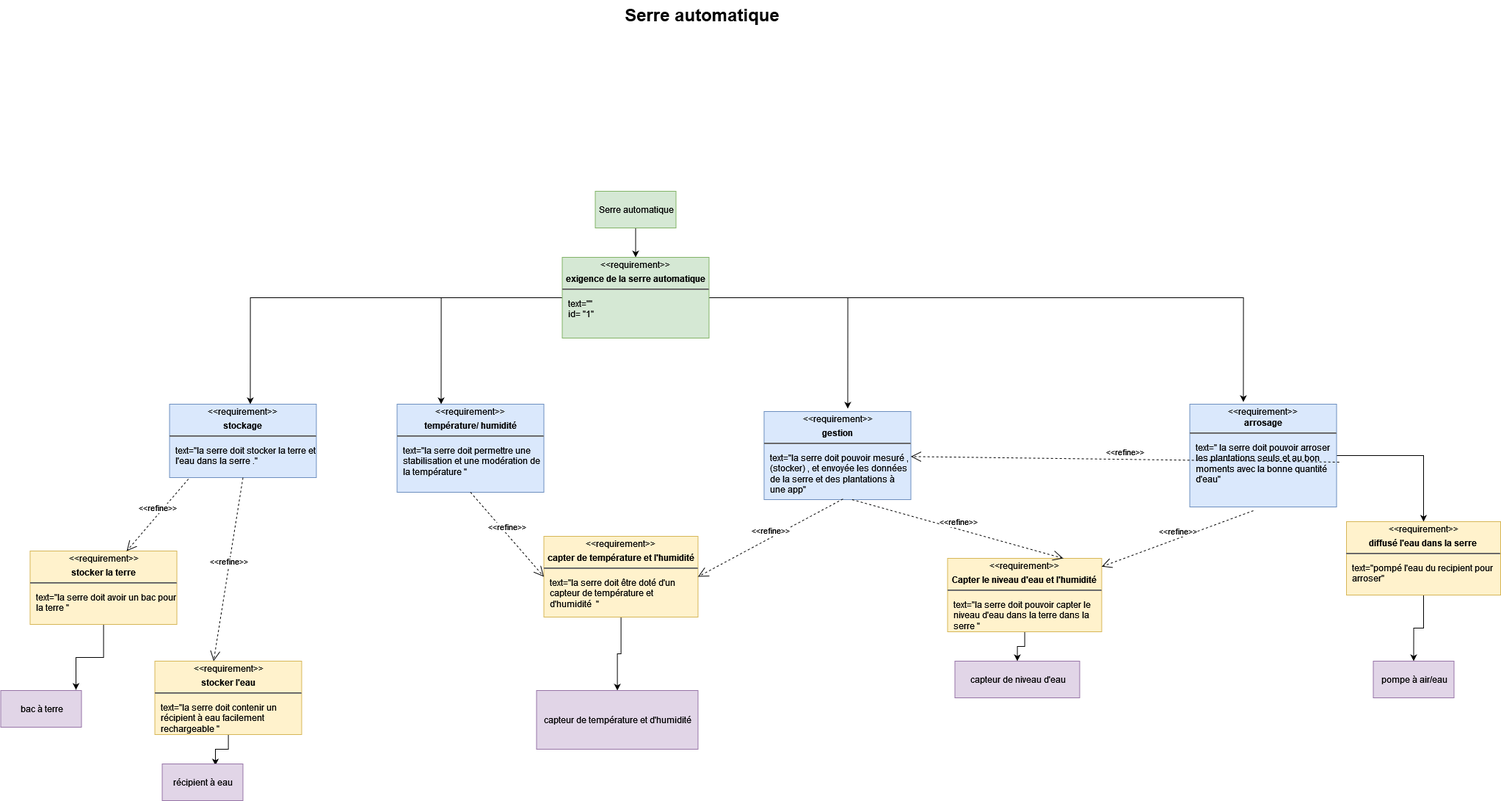
Above: Diagramme sans nom.drawio.png in IronBoy2006/Bio-tech (draw.io), before the change. Source tidied: cells renumbered, new cells last; positions are measured from the earlier drawing's top-left corner, leaving out a move shared by most shapes. Its diagram source:
```xml
<mxGraphModel>
  <root>
    <mxCell id="0" style="html=1;" />
    <mxCell id="1" style="html=1;" parent="0" />
    <mxCell id="2" value="Serre automatique" style="text;strokeColor=none;fillColor=none;html=1;fontSize=24;fontStyle=1;verticalAlign=middle;align=center;" parent="1" vertex="1">
      <mxGeometry x="200" width="1510" height="40" as="geometry" />
    </mxCell>
    <mxCell id="3" style="edgeStyle=orthogonalEdgeStyle;rounded=0;jettySize=auto;html=1;exitX=0.5;exitY=1;exitDx=0;exitDy=0;entryX=0.5;entryY=0;entryDx=0;entryDy=0;" parent="1" edge="1" source="4" target="9">
      <mxGeometry relative="1" as="geometry" />
    </mxCell>
    <mxCell id="4" value="&lt;div&gt;Serre automatique&lt;/div&gt;" style="html=1;fillColor=#d5e8d4;strokeColor=#82b366;" parent="1" vertex="1">
      <mxGeometry x="810" y="260" width="110" height="50" as="geometry" />
    </mxCell>
    <mxCell id="5" style="edgeStyle=orthogonalEdgeStyle;rounded=0;jettySize=auto;html=1;entryX=0.4;entryY=0;entryDx=0;entryDy=0;entryPerimeter=0;" parent="1" edge="1" source="9">
      <mxGeometry relative="1" as="geometry">
        <mxPoint x="340" y="550" as="targetPoint" />
      </mxGeometry>
    </mxCell>
    <mxCell id="6" style="edgeStyle=orthogonalEdgeStyle;rounded=0;jettySize=auto;html=1;entryX=0.3;entryY=0;entryDx=0;entryDy=0;entryPerimeter=0;" parent="1" edge="1" source="9" target="11">
      <mxGeometry relative="1" as="geometry" />
    </mxCell>
    <mxCell id="7" style="edgeStyle=orthogonalEdgeStyle;rounded=0;jettySize=auto;html=1;entryX=0.365;entryY=-0.021;entryDx=0;entryDy=0;entryPerimeter=0;" parent="1" edge="1" source="9" target="13">
      <mxGeometry relative="1" as="geometry" />
    </mxCell>
    <mxCell id="8" style="edgeStyle=orthogonalEdgeStyle;rounded=0;jettySize=auto;html=1;entryX=0.57;entryY=-0.033;entryDx=0;entryDy=0;entryPerimeter=0;" parent="1" edge="1" source="9" target="14">
      <mxGeometry relative="1" as="geometry" />
    </mxCell>
    <mxCell id="9" value="&lt;p style=&quot;margin:0px;margin-top:4px;text-align:center;&quot;&gt;&amp;lt;&amp;lt;requirement&amp;gt;&amp;gt;&lt;b&gt;&lt;br&gt;&lt;/b&gt;&lt;/p&gt;&lt;p style=&quot;margin:0px;margin-top:4px;text-align:center;&quot;&gt;&lt;b&gt;exigence de la serre automatique &lt;/b&gt;&lt;br&gt;&lt;b&gt;&lt;/b&gt;&lt;/p&gt;&lt;hr&gt;&lt;p&gt;&lt;/p&gt;&lt;p style=&quot;margin:0px;margin-left:8px;text-align:left;&quot;&gt;text=&quot;&quot;&lt;/p&gt;&lt;p style=&quot;margin:0px;margin-left:8px;text-align:left;&quot;&gt;id= &quot;1&quot;&lt;br&gt;&lt;/p&gt;" style="shape=rect;overflow=fill;html=1;whiteSpace=wrap;align=center;fillColor=#d5e8d4;strokeColor=#82b366;" parent="1" vertex="1">
      <mxGeometry x="765" y="350" width="200" height="110" as="geometry" />
    </mxCell>
    <mxCell id="10" value="&lt;p style=&quot;margin:0px;margin-top:4px;text-align:center;&quot;&gt;&amp;lt;&amp;lt;requirement&amp;gt;&amp;gt;&lt;b&gt;&lt;br&gt;&lt;/b&gt;&lt;/p&gt;&lt;p style=&quot;margin:0px;margin-top:4px;text-align:center;&quot;&gt;&lt;b&gt;stockage&lt;/b&gt;&lt;br&gt;&lt;/p&gt;&lt;hr&gt;&lt;p&gt;&lt;/p&gt;&lt;p style=&quot;margin:0px;margin-left:8px;text-align:left;&quot;&gt;text=&quot;la serre doit stocker la terre et l'eau dans la serre .&quot;&lt;/p&gt;" style="shape=rect;overflow=fill;html=1;whiteSpace=wrap;align=center;fillColor=#dae8fc;strokeColor=#6c8ebf;" parent="1" vertex="1">
      <mxGeometry x="230" y="550" width="200" height="100" as="geometry" />
    </mxCell>
    <mxCell id="11" value="&lt;p style=&quot;margin:0px;margin-top:4px;text-align:center;&quot;&gt;&amp;lt;&amp;lt;requirement&amp;gt;&amp;gt;&lt;b&gt;&lt;br&gt;&lt;/b&gt;&lt;/p&gt;&lt;p style=&quot;margin:0px;margin-top:4px;text-align:center;&quot;&gt;&lt;b&gt;température/ humidité&lt;/b&gt;&lt;br&gt;&lt;/p&gt;&lt;hr&gt;&lt;p&gt;&lt;/p&gt;&lt;p style=&quot;margin:0px;margin-left:8px;text-align:left;&quot;&gt;text=&quot;la serre doit permettre une stabilisation et une modération de la température &quot;&lt;/p&gt;" style="shape=rect;overflow=fill;html=1;whiteSpace=wrap;align=center;fillColor=#dae8fc;strokeColor=#6c8ebf;" parent="1" vertex="1">
      <mxGeometry x="540" y="550" width="200" height="120" as="geometry" />
    </mxCell>
    <mxCell id="12" style="edgeStyle=orthogonalEdgeStyle;rounded=0;jettySize=auto;html=1;" parent="1" edge="1" source="13" target="35">
      <mxGeometry relative="1" as="geometry" />
    </mxCell>
    <mxCell id="13" value="&lt;p style=&quot;margin:0px;margin-top:4px;text-align:center;&quot;&gt;&amp;lt;&amp;lt;requirement&amp;gt;&amp;gt;&lt;br&gt;&lt;b&gt;arrosage&lt;/b&gt;&lt;br&gt;&lt;/p&gt;&lt;hr&gt;&lt;p&gt;&lt;/p&gt;&lt;p style=&quot;margin:0px;margin-left:8px;text-align:left;&quot;&gt;text=&quot; la serre doit pouvoir arroser les plantations seuls et au bon moments avec la bonne quantité d'eau&quot;&lt;/p&gt;" style="shape=rect;overflow=fill;html=1;whiteSpace=wrap;align=center;fillColor=#dae8fc;strokeColor=#6c8ebf;" parent="1" vertex="1">
      <mxGeometry x="1620" y="550" width="200" height="140" as="geometry" />
    </mxCell>
    <mxCell id="14" value="&lt;p style=&quot;margin:0px;margin-top:4px;text-align:center;&quot;&gt;&amp;lt;&amp;lt;requirement&amp;gt;&amp;gt;&lt;/p&gt;&lt;p style=&quot;margin:0px;margin-top:4px;text-align:center;&quot;&gt;&lt;b&gt;gestion&lt;/b&gt;&lt;br&gt;&lt;/p&gt;&lt;hr&gt;&lt;p&gt;&lt;/p&gt;&lt;p style=&quot;margin:0px;margin-left:8px;text-align:left;&quot;&gt;text=&quot;la serre doit pouvoir mesuré , (stocker) , et envoyée les données de la serre et des plantations à une app&quot;&lt;/p&gt;" style="shape=rect;overflow=fill;html=1;whiteSpace=wrap;align=center;fillColor=#dae8fc;strokeColor=#6c8ebf;" parent="1" vertex="1">
      <mxGeometry x="1040" y="560" width="200" height="120" as="geometry" />
    </mxCell>
    <mxCell id="15" style="edgeStyle=orthogonalEdgeStyle;rounded=0;jettySize=auto;html=1;entryX=0.932;entryY=-0.02;entryDx=0;entryDy=0;entryPerimeter=0;" parent="1" edge="1" source="16" target="27">
      <mxGeometry relative="1" as="geometry" />
    </mxCell>
    <mxCell id="16" value="&lt;p style=&quot;margin:0px;margin-top:4px;text-align:center;&quot;&gt;&amp;lt;&amp;lt;requirement&amp;gt;&amp;gt;&lt;/p&gt;&lt;p style=&quot;margin:0px;margin-top:4px;text-align:center;&quot;&gt;&lt;b&gt;stocker la terre&lt;/b&gt;&lt;br&gt;&lt;/p&gt;&lt;hr&gt;&lt;p&gt;&lt;/p&gt;&lt;p style=&quot;margin:0px;margin-left:8px;text-align:left;&quot;&gt;text=&quot;la serre doit avoir un bac pour la terre &quot;&lt;/p&gt;" style="shape=rect;overflow=fill;html=1;whiteSpace=wrap;align=center;fillColor=#fff2cc;strokeColor=#d6b656;" parent="1" vertex="1">
      <mxGeometry x="40" y="750" width="200" height="100" as="geometry" />
    </mxCell>
    <mxCell id="17" style="edgeStyle=orthogonalEdgeStyle;rounded=0;jettySize=auto;html=1;entryX=0.659;entryY=0.04;entryDx=0;entryDy=0;entryPerimeter=0;" parent="1" edge="1" source="18" target="28">
      <mxGeometry relative="1" as="geometry" />
    </mxCell>
    <mxCell id="18" value="&lt;p style=&quot;margin:0px;margin-top:4px;text-align:center;&quot;&gt;&amp;lt;&amp;lt;requirement&amp;gt;&amp;gt;&lt;/p&gt;&lt;p style=&quot;margin:0px;margin-top:4px;text-align:center;&quot;&gt;&lt;b&gt;stocker l'eau&lt;/b&gt;&lt;br&gt;&lt;/p&gt;&lt;hr&gt;&lt;p&gt;&lt;/p&gt;&lt;p style=&quot;margin:0px;margin-left:8px;text-align:left;&quot;&gt;text=&quot;la serre doit contenir un récipient à eau facilement rechargeable &quot;&lt;/p&gt;" style="shape=rect;overflow=fill;html=1;whiteSpace=wrap;align=center;fillColor=#fff2cc;strokeColor=#d6b656;" parent="1" vertex="1">
      <mxGeometry x="210" y="900" width="200" height="100" as="geometry" />
    </mxCell>
    <mxCell id="19" value="&amp;lt;&amp;lt;refine&amp;gt;&amp;gt;" style="edgeStyle=none;html=1;endArrow=open;endSize=12;dashed=1;verticalAlign=bottom;rounded=0;exitX=0.5;exitY=1;exitDx=0;exitDy=0;entryX=0.4;entryY=0;entryDx=0;entryDy=0;entryPerimeter=0;" parent="1" edge="1" source="10" target="18">
      <mxGeometry relative="1" as="geometry" />
    </mxCell>
    <mxCell id="20" value="&amp;lt;&amp;lt;refine&amp;gt;&amp;gt;" style="edgeStyle=none;html=1;endArrow=open;endSize=12;dashed=1;verticalAlign=bottom;rounded=0;exitX=0.128;exitY=1.02;exitDx=0;exitDy=0;exitPerimeter=0;entryX=0.658;entryY=0;entryDx=0;entryDy=0;entryPerimeter=0;" parent="1" edge="1" source="10" target="16">
      <mxGeometry relative="1" as="geometry" />
    </mxCell>
    <mxCell id="21" style="edgeStyle=orthogonalEdgeStyle;rounded=0;jettySize=auto;html=1;" parent="1" edge="1" source="22" target="29">
      <mxGeometry relative="1" as="geometry" />
    </mxCell>
    <mxCell id="22" value="&lt;p style=&quot;margin:0px;margin-top:4px;text-align:center;&quot;&gt;&amp;lt;&amp;lt;requirement&amp;gt;&amp;gt;&lt;b&gt;&lt;br&gt;&lt;/b&gt;&lt;/p&gt;&lt;p style=&quot;margin:0px;margin-top:4px;text-align:center;&quot;&gt;&lt;b&gt;capter de température et l'humidité&lt;/b&gt;&lt;br&gt;&lt;/p&gt;&lt;hr&gt;&lt;p&gt;&lt;/p&gt;&lt;p style=&quot;margin:0px;margin-left:8px;text-align:left;&quot;&gt;text=&quot;la serre doit être doté d'un capteur de température et d'humidité&amp;nbsp; &quot;&lt;/p&gt;" style="shape=rect;overflow=fill;html=1;whiteSpace=wrap;align=center;fillColor=#fff2cc;strokeColor=#d6b656;" parent="1" vertex="1">
      <mxGeometry x="740" y="730" width="210" height="110" as="geometry" />
    </mxCell>
    <mxCell id="23" value="&amp;lt;&amp;lt;refine&amp;gt;&amp;gt;" style="edgeStyle=none;html=1;endArrow=open;endSize=12;dashed=1;verticalAlign=bottom;rounded=0;exitX=0.5;exitY=1;exitDx=0;exitDy=0;entryX=0;entryY=0.5;entryDx=0;entryDy=0;" parent="1" edge="1" source="11" target="22">
      <mxGeometry relative="1" as="geometry" />
    </mxCell>
    <mxCell id="24" value="&amp;lt;&amp;lt;refine&amp;gt;&amp;gt;" style="edgeStyle=none;html=1;endArrow=open;endSize=12;dashed=1;verticalAlign=bottom;rounded=0;exitX=0.537;exitY=0.993;exitDx=0;exitDy=0;entryX=1;entryY=0.5;entryDx=0;entryDy=0;exitPerimeter=0;" parent="1" edge="1" source="14" target="22">
      <mxGeometry relative="1" as="geometry" />
    </mxCell>
    <mxCell id="25" style="edgeStyle=orthogonalEdgeStyle;rounded=0;jettySize=auto;html=1;entryX=0.5;entryY=0;entryDx=0;entryDy=0;" parent="1" edge="1" source="26" target="30">
      <mxGeometry relative="1" as="geometry" />
    </mxCell>
    <mxCell id="26" value="&lt;p style=&quot;margin:0px;margin-top:4px;text-align:center;&quot;&gt;&amp;lt;&amp;lt;requirement&amp;gt;&amp;gt;&lt;b&gt;&lt;br&gt;&lt;/b&gt;&lt;/p&gt;&lt;p style=&quot;margin:0px;margin-top:4px;text-align:center;&quot;&gt;&lt;b&gt;Capter le niveau d'eau et l'humidité &lt;/b&gt;&lt;br&gt;&lt;b&gt;&lt;/b&gt;&lt;/p&gt;&lt;hr&gt;&lt;p&gt;&lt;/p&gt;&lt;p style=&quot;margin:0px;margin-left:8px;text-align:left;&quot;&gt;text=&quot;la serre doit pouvoir capter le niveau d'eau dans la terre dans la serre &quot;&lt;/p&gt;" style="shape=rect;overflow=fill;html=1;whiteSpace=wrap;align=center;fillColor=#fff2cc;strokeColor=#d6b656;" parent="1" vertex="1">
      <mxGeometry x="1290" y="760" width="210" height="100" as="geometry" />
    </mxCell>
    <mxCell id="27" value="bac à terre" style="html=1;fillColor=#e1d5e7;strokeColor=#9673a6;" parent="1" vertex="1">
      <mxGeometry y="940" width="110" height="50" as="geometry" />
    </mxCell>
    <mxCell id="28" value="récipient à eau" style="html=1;fillColor=#e1d5e7;strokeColor=#9673a6;" parent="1" vertex="1">
      <mxGeometry x="220" y="1040" width="110" height="50" as="geometry" />
    </mxCell>
    <mxCell id="29" value="capteur de température et d'humidité" style="html=1;fillColor=#e1d5e7;strokeColor=#9673a6;" parent="1" vertex="1">
      <mxGeometry x="730" y="940" width="220" height="80" as="geometry" />
    </mxCell>
    <mxCell id="30" value="capteur de niveau d'eau" style="html=1;fillColor=#e1d5e7;strokeColor=#9673a6;" parent="1" vertex="1">
      <mxGeometry x="1300" y="900" width="170" height="50" as="geometry" />
    </mxCell>
    <mxCell id="31" value="&amp;lt;&amp;lt;refine&amp;gt;&amp;gt;" style="edgeStyle=none;html=1;endArrow=open;endSize=12;dashed=1;verticalAlign=bottom;rounded=0;exitX=0.6;exitY=1;exitDx=0;exitDy=0;exitPerimeter=0;entryX=0.75;entryY=0;entryDx=0;entryDy=0;" parent="1" edge="1" source="14" target="26">
      <mxGeometry relative="1" as="geometry" />
    </mxCell>
    <mxCell id="32" value="&amp;lt;&amp;lt;refine&amp;gt;&amp;gt;" style="edgeStyle=none;html=1;endArrow=open;endSize=12;dashed=1;verticalAlign=bottom;rounded=0;exitX=1.018;exitY=0.564;exitDx=0;exitDy=0;exitPerimeter=0;" parent="1" edge="1" source="13" target="14">
      <mxGeometry relative="1" as="geometry" />
    </mxCell>
    <mxCell id="33" value="&amp;lt;&amp;lt;refine&amp;gt;&amp;gt;" style="edgeStyle=none;html=1;endArrow=open;endSize=12;dashed=1;verticalAlign=bottom;rounded=0;exitX=0.433;exitY=1.036;exitDx=0;exitDy=0;exitPerimeter=0;" parent="1" edge="1" source="13" target="26">
      <mxGeometry relative="1" as="geometry" />
    </mxCell>
    <mxCell id="34" style="edgeStyle=orthogonalEdgeStyle;rounded=0;jettySize=auto;html=1;entryX=0.5;entryY=0;entryDx=0;entryDy=0;" parent="1" edge="1" source="35" target="36">
      <mxGeometry relative="1" as="geometry" />
    </mxCell>
    <mxCell id="35" value="&lt;p style=&quot;margin:0px;margin-top:4px;text-align:center;&quot;&gt;&amp;lt;&amp;lt;requirement&amp;gt;&amp;gt;&lt;/p&gt;&lt;p style=&quot;margin:0px;margin-top:4px;text-align:center;&quot;&gt;&lt;b&gt;diffusé l'eau dans la serre&lt;/b&gt;&lt;br&gt;&lt;/p&gt;&lt;hr&gt;&lt;p&gt;&lt;/p&gt;&lt;p style=&quot;margin:0px;margin-left:8px;text-align:left;&quot;&gt;text=&quot;pompé l'eau du recipient pour arroser&quot;&lt;/p&gt;" style="shape=rect;overflow=fill;html=1;whiteSpace=wrap;align=center;fillColor=#fff2cc;strokeColor=#d6b656;" parent="1" vertex="1">
      <mxGeometry x="1833.5" y="710" width="210" height="100" as="geometry" />
    </mxCell>
    <mxCell id="36" value="pompe à air/eau " style="html=1;fillColor=#e1d5e7;strokeColor=#9673a6;" parent="1" vertex="1">
      <mxGeometry x="1870" y="900" width="110" height="50" as="geometry" />
    </mxCell>
  </root>
</mxGraphModel>
```
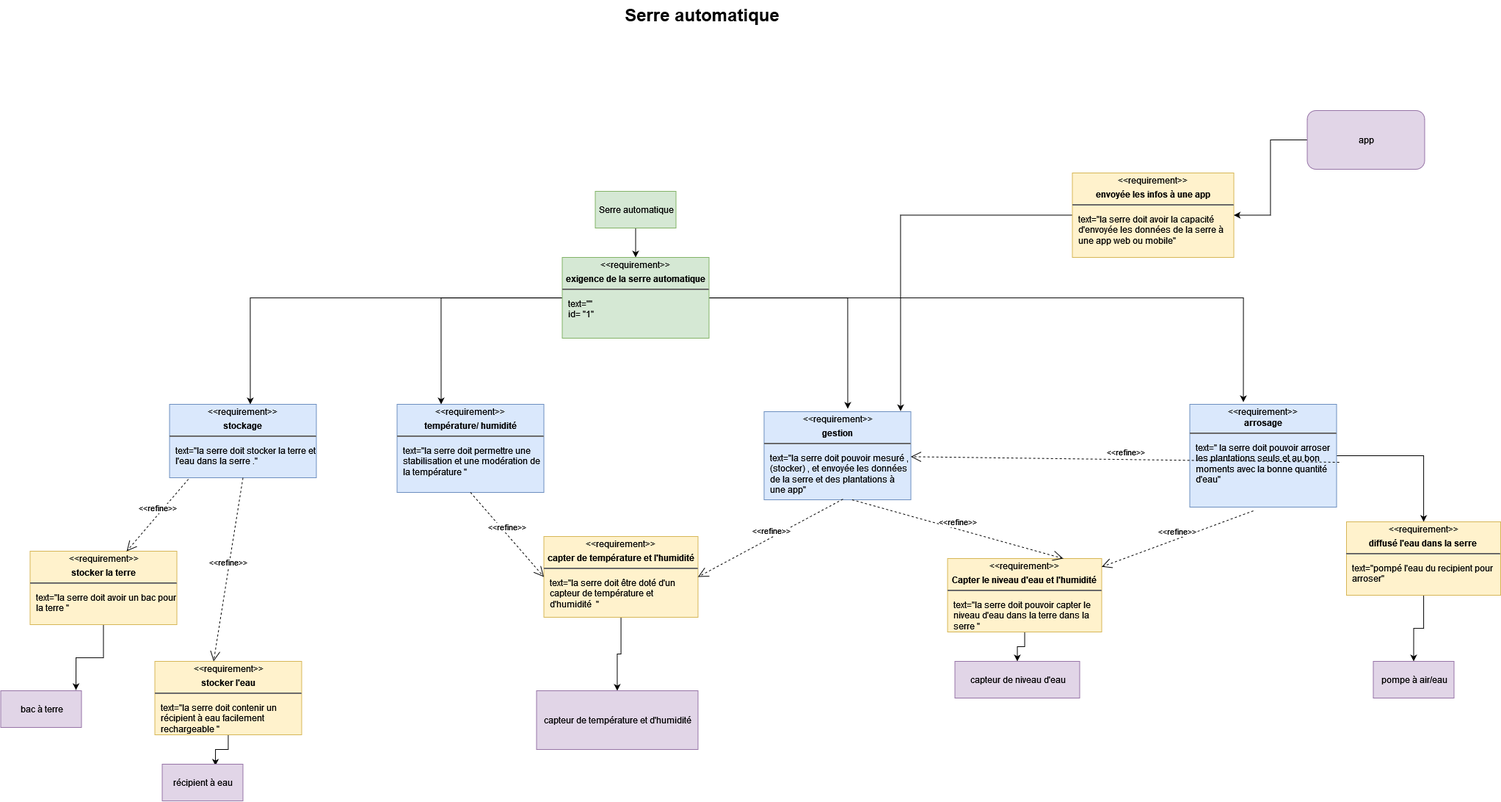
After the change.

Change to the diagram source:
```diff
@@ -109,5 +109,17 @@
     <mxCell id="36" value="pompe à air/eau " style="html=1;fillColor=#e1d5e7;strokeColor=#9673a6;" parent="1" vertex="1">
       <mxGeometry x="1870" y="900" width="110" height="50" as="geometry" />
     </mxCell>
+    <mxCell id="37" style="edgeStyle=orthogonalEdgeStyle;rounded=0;jettySize=auto;html=1;entryX=0.93;entryY=-0.006;entryDx=0;entryDy=0;entryPerimeter=0;" parent="1" edge="1" source="38" target="14">
+      <mxGeometry relative="1" as="geometry" />
+    </mxCell>
+    <mxCell id="38" value="&lt;p style=&quot;margin:0px;margin-top:4px;text-align:center;&quot;&gt;&amp;lt;&amp;lt;requirement&amp;gt;&amp;gt;&lt;b&gt;&lt;br&gt;&lt;/b&gt;&lt;/p&gt;&lt;p style=&quot;margin:0px;margin-top:4px;text-align:center;&quot;&gt;&lt;b&gt;envoyée les infos à une app&lt;/b&gt;&lt;br&gt;&lt;b&gt;&lt;/b&gt;&lt;/p&gt;&lt;hr&gt;&lt;p&gt;&lt;/p&gt;&lt;p style=&quot;margin:0px;margin-left:8px;text-align:left;&quot;&gt;text=&quot;la serre doit avoir la capacité d'envoyée les données de la serre à une app web ou mobile&quot;&lt;/p&gt;" style="shape=rect;overflow=fill;html=1;whiteSpace=wrap;align=center;fillColor=#fff2cc;strokeColor=#d6b656;" parent="1" vertex="1">
+      <mxGeometry x="1460" y="235" width="220" height="115" as="geometry" />
+    </mxCell>
+    <mxCell id="39" style="edgeStyle=orthogonalEdgeStyle;rounded=0;jettySize=auto;html=1;entryX=1;entryY=0.5;entryDx=0;entryDy=0;" parent="1" edge="1" source="40" target="38">
+      <mxGeometry relative="1" as="geometry" />
+    </mxCell>
+    <mxCell id="40" value="app" style="shape=rect;html=1;rounded=1;whiteSpace=wrap;align=center;fillColor=#e1d5e7;strokeColor=#9673a6;" parent="1" vertex="1">
+      <mxGeometry x="1780" y="150" width="160" height="80" as="geometry" />
+    </mxCell>
   </root>
 </mxGraphModel>
```
